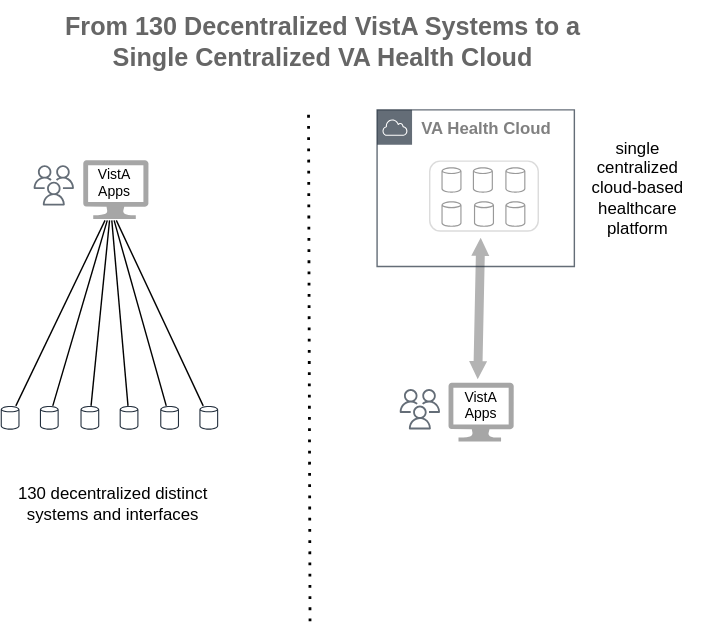
Earlier version of the draw.io export img/vista-to-vaec.svg (cloudvista/vaa). Source tidied: cells renumbered, new cells last; positions are measured from the earlier drawing's top-left corner, leaving out a move shared by most shapes.
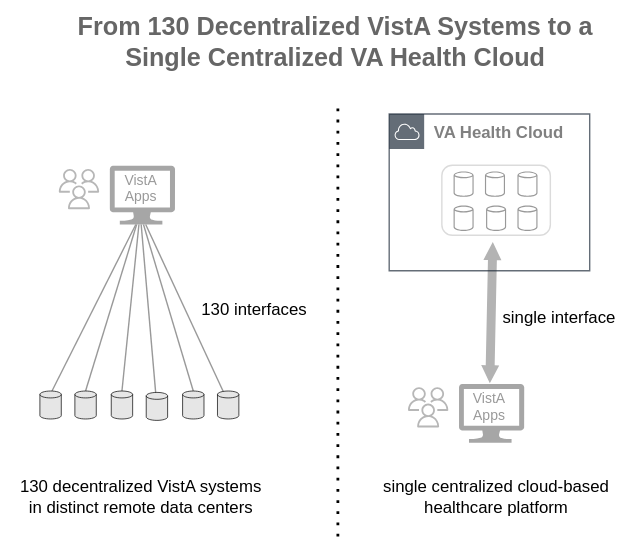
After the commit.

What changed in the source:
```diff
@@ -3,115 +3,123 @@
     <mxCell id="0" />
     <mxCell id="1" parent="0" />
     <mxCell id="2" style="rounded=1;whiteSpace=wrap;html=1;strokeColor=#CCCCCC;strokeWidth=1;fillColor=#FFFFFF;opacity=70;" parent="1" vertex="1">
-      <mxGeometry x="306.6" y="114.6" width="77.6" height="50" as="geometry" />
+      <mxGeometry x="294.3" y="114.6" width="77.6" height="50" as="geometry" />
     </mxCell>
     <mxCell id="3" style="sketch=0;shadow=0;dashed=0;html=1;strokeColor=none;labelPosition=center;verticalLabelPosition=bottom;verticalAlign=top;align=center;fillColor=#808080;shape=mxgraph.azure.computer;strokeWidth=2;opacity=70;" parent="1" vertex="1">
-      <mxGeometry x="58.9" y="114" width="46.7" height="42" as="geometry" />
+      <mxGeometry x="56.9" y="115" width="46.7" height="42" as="geometry" />
     </mxCell>
-    <mxCell id="4" style="sketch=0;fontColor=#232F3E;gradientColor=none;strokeColor=#232F3E;fillColor=#ffffff;dashed=0;verticalLabelPosition=bottom;verticalAlign=top;align=center;html=1;fontSize=12;fontStyle=0;shape=mxgraph.aws4.resourceIcon;resIcon=mxgraph.aws4.users;strokeWidth=2;opacity=70;" parent="1" vertex="1">
-      <mxGeometry x="19.9" y="114" width="36" height="36" as="geometry" />
+    <mxCell id="4" style="sketch=0;fontColor=#232F3E;gradientColor=none;strokeColor=#999999;fillColor=#ffffff;dashed=0;verticalLabelPosition=bottom;verticalAlign=top;align=center;html=1;fontSize=12;fontStyle=0;shape=mxgraph.aws4.resourceIcon;resIcon=mxgraph.aws4.users;strokeWidth=2;opacity=70;" parent="1" vertex="1">
+      <mxGeometry x="16.9" y="113.6" width="36" height="36" as="geometry" />
     </mxCell>
-    <mxCell id="5" style="sketch=0;fontColor=#232F3E;gradientColor=none;strokeColor=#232F3E;fillColor=#ffffff;dashed=0;verticalLabelPosition=bottom;verticalAlign=top;align=center;html=1;fontSize=12;fontStyle=0;shape=mxgraph.aws4.resourceIcon;resIcon=mxgraph.aws4.users;strokeWidth=2;opacity=70;" parent="1" vertex="1">
-      <mxGeometry x="281.6" y="274" width="36" height="36" as="geometry" />
-    </mxCell>
     <mxCell id="6" style="sketch=0;fontColor=#999999;gradientColor=none;fillColor=#999999;strokeColor=none;dashed=0;verticalLabelPosition=bottom;verticalAlign=top;align=center;html=1;fontSize=12;fontStyle=0;shape=mxgraph.aws4.generic_database;" parent="1" vertex="1">
-      <mxGeometry x="315" y="118.6" width="14.3" height="19" as="geometry" />
+      <mxGeometry x="302.7" y="118.6" width="14.3" height="19" as="geometry" />
     </mxCell>
     <mxCell id="7" style="sketch=0;fontColor=#999999;gradientColor=none;fillColor=#999999;strokeColor=none;dashed=0;verticalLabelPosition=bottom;verticalAlign=top;align=center;html=1;fontSize=12;fontStyle=0;shape=mxgraph.aws4.generic_database;" parent="1" vertex="1">
-      <mxGeometry x="337.4" y="118.6" width="14.3" height="19" as="geometry" />
+      <mxGeometry x="325.1" y="118.6" width="14.3" height="19" as="geometry" />
     </mxCell>
     <mxCell id="8" style="sketch=0;fontColor=#999999;gradientColor=none;fillColor=#999999;strokeColor=none;dashed=0;verticalLabelPosition=bottom;verticalAlign=top;align=center;html=1;fontSize=12;fontStyle=0;shape=mxgraph.aws4.generic_database;" parent="1" vertex="1">
-      <mxGeometry x="360.7" y="118.6" width="14.3" height="19" as="geometry" />
+      <mxGeometry x="348.3" y="118.6" width="14.3" height="19" as="geometry" />
     </mxCell>
     <mxCell id="9" style="sketch=0;fontColor=#999999;gradientColor=none;fillColor=#999999;strokeColor=none;dashed=0;verticalLabelPosition=bottom;verticalAlign=top;align=center;html=1;fontSize=12;fontStyle=0;shape=mxgraph.aws4.generic_database;" parent="1" vertex="1">
-      <mxGeometry x="315" y="143" width="14.3" height="19" as="geometry" />
+      <mxGeometry x="302.7" y="143" width="14.3" height="19" as="geometry" />
     </mxCell>
     <mxCell id="10" style="sketch=0;fontColor=#999999;gradientColor=none;fillColor=#999999;strokeColor=none;dashed=0;verticalLabelPosition=bottom;verticalAlign=top;align=center;html=1;fontSize=12;fontStyle=0;shape=mxgraph.aws4.generic_database;" parent="1" vertex="1">
-      <mxGeometry x="338.2" y="143" width="14.3" height="19" as="geometry" />
+      <mxGeometry x="325.9" y="143" width="14.3" height="19" as="geometry" />
     </mxCell>
     <mxCell id="11" style="sketch=0;fontColor=#999999;gradientColor=none;fillColor=#999999;strokeColor=none;dashed=0;verticalLabelPosition=bottom;verticalAlign=top;align=center;html=1;fontSize=12;fontStyle=0;shape=mxgraph.aws4.generic_database;" parent="1" vertex="1">
-      <mxGeometry x="360.7" y="143" width="14.3" height="19" as="geometry" />
+      <mxGeometry x="348.3" y="143" width="14.3" height="19" as="geometry" />
     </mxCell>
     <mxCell id="12" style="shape=flexArrow;endArrow=classic;startArrow=classic;html=1;endWidth=5.507246376811594;endSize=3.968115942028985;startWidth=5.507246376811594;startSize=3.968115942028985;width=6.3768115942028984;fillColor=#B3B3B3;strokeColor=none;" parent="1" edge="1">
       <mxGeometry relative="1" as="geometry">
-        <mxPoint x="340.9" y="271" as="sourcePoint" />
-        <mxPoint x="343.1" y="169" as="targetPoint" />
+        <mxPoint x="328.6" y="271" as="sourcePoint" />
+        <mxPoint x="330.7" y="169" as="targetPoint" />
       </mxGeometry>
     </mxCell>
     <mxCell id="13" style="endArrow=none;dashed=1;html=1;dashPattern=1 3;strokeWidth=2;" parent="1" edge="1">
       <mxGeometry relative="1" as="geometry">
-        <mxPoint x="221.1" y="443.6" as="sourcePoint" />
-        <mxPoint x="220" y="80" as="targetPoint" />
+        <mxPoint x="220" y="380" as="sourcePoint" />
+        <mxPoint x="220" y="70" as="targetPoint" />
       </mxGeometry>
     </mxCell>
     <mxCell id="14" value="&lt;font color=&quot;#808080&quot;&gt;&lt;b&gt;VA Health Cloud&lt;/b&gt;&lt;/font&gt;" style="gradientColor=none;html=1;whiteSpace=wrap;fontSize=12;fontStyle=0;shape=mxgraph.aws4.group;grIcon=mxgraph.aws4.group_aws_cloud;strokeColor=#232F3E;fillColor=none;verticalAlign=top;align=left;spacingLeft=30;fontColor=#232F3E;dashed=0;strokeWidth=1;opacity=70;" parent="1" vertex="1">
-      <mxGeometry x="269" y="78" width="141" height="112" as="geometry" />
+      <mxGeometry x="256.7" y="78" width="143.3" height="112" as="geometry" />
     </mxCell>
-    <mxCell id="15" value="130 decentralized distinct&lt;br&gt;systems and interfaces" style="text;html=1;align=center;verticalAlign=middle;strokeColor=none;fillColor=none;" parent="1" vertex="1">
-      <mxGeometry y="340" width="160" height="40" as="geometry" />
+    <mxCell id="15" value="130 decentralized VistA systems&lt;br&gt;in&amp;nbsp;distinct remote data centers" style="text;html=1;align=center;verticalAlign=middle;strokeColor=none;fillColor=none;" parent="1" vertex="1">
+      <mxGeometry x="-21.4" y="332" width="200" height="40" as="geometry" />
     </mxCell>
     <mxCell id="16" value="&lt;font color=&quot;#666666&quot; size=&quot;1&quot; style=&quot;&quot;&gt;&lt;b style=&quot;font-size: 18px;&quot;&gt;From 130 Decentralized VistA Systems to a &lt;br&gt;Single Centralized VA Health Cloud&lt;/b&gt;&lt;/font&gt;" style="text;html=1;align=center;verticalAlign=middle;strokeColor=none;fillColor=none;" parent="1" vertex="1">
-      <mxGeometry x="35" width="390" height="60" as="geometry" />
+      <mxGeometry x="23.3" y="-3" width="390" height="60" as="geometry" />
     </mxCell>
-    <mxCell id="17" value="single &lt;br&gt;centralized&lt;br&gt;cloud-based&lt;br&gt;healthcare&lt;br&gt;platform" style="text;html=1;align=center;verticalAlign=middle;strokeColor=none;fillColor=none;" parent="1" vertex="1">
-      <mxGeometry x="410" y="89" width="90" height="90" as="geometry" />
+    <mxCell id="17" value="single centralized cloud-based &lt;br&gt;healthcare platform" style="text;html=1;align=center;verticalAlign=middle;strokeColor=none;fillColor=none;" parent="1" vertex="1">
+      <mxGeometry x="243.1" y="332" width="180" height="40" as="geometry" />
     </mxCell>
-    <mxCell id="18" value="VistA&lt;br style=&quot;font-size: 10px;&quot;&gt;Apps" style="text;html=1;align=center;verticalAlign=middle;strokeColor=none;fillColor=none;fontSize=10;" parent="1" vertex="1">
-      <mxGeometry x="317.7" y="269" width="50" height="40" as="geometry" />
-    </mxCell>
-    <mxCell id="19" value="VistA&lt;br style=&quot;font-size: 10px;&quot;&gt;Apps" style="text;html=1;align=center;verticalAlign=middle;strokeColor=none;fillColor=none;fontSize=10;" parent="1" vertex="1">
-      <mxGeometry x="55.6" y="110" width="50" height="40" as="geometry" />
+    <mxCell id="19" value="&lt;font color=&quot;#999999&quot;&gt;VistA&lt;br style=&quot;font-size: 10px;&quot;&gt;Apps&lt;/font&gt;" style="text;html=1;align=center;verticalAlign=middle;strokeColor=none;fillColor=none;fontSize=10;" parent="1" vertex="1">
+      <mxGeometry x="53.6" y="111" width="50" height="40" as="geometry" />
     </mxCell>
-    <mxCell id="20" style="sketch=0;shadow=0;dashed=0;html=1;strokeColor=none;labelPosition=center;verticalLabelPosition=bottom;verticalAlign=top;align=center;fillColor=#808080;shape=mxgraph.azure.computer;strokeWidth=2;opacity=70;" parent="1" vertex="1">
-      <mxGeometry x="320" y="273" width="46.7" height="42" as="geometry" />
-    </mxCell>
-    <mxCell id="21" style="sketch=0;outlineConnect=0;fontColor=#232F3E;gradientColor=none;fillColor=#232F3D;strokeColor=none;dashed=0;verticalLabelPosition=bottom;verticalAlign=top;align=center;html=1;fontSize=12;fontStyle=0;shape=mxgraph.aws4.generic_database;" parent="1" vertex="1">
-      <mxGeometry y="289.2" width="13.4" height="17.8" as="geometry" />
-    </mxCell>
-    <mxCell id="22" style="sketch=0;outlineConnect=0;fontColor=#232F3E;gradientColor=none;fillColor=#232F3D;strokeColor=none;dashed=0;verticalLabelPosition=bottom;verticalAlign=top;align=center;html=1;fontSize=12;fontStyle=0;shape=mxgraph.aws4.generic_database;" parent="1" vertex="1">
-      <mxGeometry x="28" y="289.2" width="13.4" height="17.8" as="geometry" />
-    </mxCell>
-    <mxCell id="23" style="sketch=0;outlineConnect=0;fontColor=#232F3E;gradientColor=none;fillColor=#232F3D;strokeColor=none;dashed=0;verticalLabelPosition=bottom;verticalAlign=top;align=center;html=1;fontSize=12;fontStyle=0;shape=mxgraph.aws4.generic_database;" parent="1" vertex="1">
-      <mxGeometry x="57" y="289.2" width="13.4" height="17.8" as="geometry" />
-    </mxCell>
-    <mxCell id="24" style="sketch=0;outlineConnect=0;fontColor=#232F3E;gradientColor=none;fillColor=#232F3D;strokeColor=none;dashed=0;verticalLabelPosition=bottom;verticalAlign=top;align=center;html=1;fontSize=12;fontStyle=0;shape=mxgraph.aws4.generic_database;" parent="1" vertex="1">
-      <mxGeometry x="85" y="289.2" width="13.4" height="17.8" as="geometry" />
-    </mxCell>
-    <mxCell id="25" style="sketch=0;outlineConnect=0;fontColor=#232F3E;gradientColor=none;fillColor=#232F3D;strokeColor=none;dashed=0;verticalLabelPosition=bottom;verticalAlign=top;align=center;html=1;fontSize=12;fontStyle=0;shape=mxgraph.aws4.generic_database;" parent="1" vertex="1">
-      <mxGeometry x="114" y="289.2" width="13.4" height="17.8" as="geometry" />
-    </mxCell>
-    <mxCell id="26" style="sketch=0;outlineConnect=0;fontColor=#232F3E;gradientColor=none;fillColor=#232F3D;strokeColor=none;dashed=0;verticalLabelPosition=bottom;verticalAlign=top;align=center;html=1;fontSize=12;fontStyle=0;shape=mxgraph.aws4.generic_database;" parent="1" vertex="1">
-      <mxGeometry x="142" y="289.2" width="13.4" height="17.8" as="geometry" />
-    </mxCell>
-    <mxCell id="27" style="endArrow=none;html=1;" parent="1" edge="1" source="21">
+    <mxCell id="27" style="endArrow=none;html=1;exitX=0.5;exitY=0;exitDx=0;exitDy=0;exitPerimeter=0;strokeColor=#999999;" parent="1" edge="1">
       <mxGeometry relative="1" as="geometry">
-        <mxPoint x="74.6" y="157" as="targetPoint" />
+        <mxPoint x="15.6" y="276" as="sourcePoint" />
+        <mxPoint x="75.6" y="157" as="targetPoint" />
       </mxGeometry>
     </mxCell>
-    <mxCell id="28" style="endArrow=none;html=1;" parent="1" edge="1" source="22">
+    <mxCell id="28" style="endArrow=none;html=1;exitX=0.5;exitY=0;exitDx=0;exitDy=0;exitPerimeter=0;strokeColor=#999999;" parent="1" edge="1" source="33">
       <mxGeometry relative="1" as="geometry">
         <mxPoint x="76.1" y="157" as="targetPoint" />
       </mxGeometry>
     </mxCell>
-    <mxCell id="29" style="endArrow=none;html=1;" parent="1" edge="1" source="23">
+    <mxCell id="29" style="endArrow=none;html=1;exitX=0.5;exitY=0;exitDx=0;exitDy=0;exitPerimeter=0;strokeColor=#999999;" parent="1" edge="1" source="34">
       <mxGeometry relative="1" as="geometry">
         <mxPoint x="77.8" y="157" as="targetPoint" />
       </mxGeometry>
     </mxCell>
-    <mxCell id="30" style="endArrow=none;html=1;" parent="1" edge="1" source="24">
+    <mxCell id="30" style="endArrow=none;html=1;strokeColor=#999999;" parent="1" edge="1">
       <mxGeometry relative="1" as="geometry">
+        <mxPoint x="90" y="280" as="sourcePoint" />
         <mxPoint x="79.4" y="157" as="targetPoint" />
       </mxGeometry>
     </mxCell>
-    <mxCell id="31" style="endArrow=none;html=1;" parent="1" edge="1" source="25">
+    <mxCell id="31" style="endArrow=none;html=1;exitX=0.5;exitY=0;exitDx=0;exitDy=0;exitPerimeter=0;strokeColor=#999999;" parent="1" edge="1" source="35">
       <mxGeometry relative="1" as="geometry">
         <mxPoint x="81" y="157" as="targetPoint" />
       </mxGeometry>
     </mxCell>
-    <mxCell id="32" style="endArrow=none;html=1;" parent="1" edge="1" source="26">
+    <mxCell id="32" style="endArrow=none;html=1;exitX=0.345;exitY=0.142;exitDx=0;exitDy=0;exitPerimeter=0;strokeColor=#999999;" parent="1" edge="1" source="36">
       <mxGeometry relative="1" as="geometry">
         <mxPoint x="82.6" y="157" as="targetPoint" />
       </mxGeometry>
     </mxCell>
+    <mxCell id="33" style="shape=cylinder3;whiteSpace=wrap;html=1;boundedLbl=1;backgroundOutline=1;size=2.4705882352940876;strokeColor=#000000;strokeWidth=0.5;fillColor=#E6E6E6;gradientColor=none;" parent="1" vertex="1">
+      <mxGeometry x="32" y="276" width="15.3" height="20" as="geometry" />
+    </mxCell>
+    <mxCell id="34" style="shape=cylinder3;whiteSpace=wrap;html=1;boundedLbl=1;backgroundOutline=1;size=2.4705882352940876;strokeColor=#000000;strokeWidth=0.5;fillColor=#E6E6E6;gradientColor=none;" parent="1" vertex="1">
+      <mxGeometry x="58" y="276" width="15.3" height="20" as="geometry" />
+    </mxCell>
+    <mxCell id="35" style="shape=cylinder3;whiteSpace=wrap;html=1;boundedLbl=1;backgroundOutline=1;size=2.4705882352940876;strokeColor=#000000;strokeWidth=0.5;fillColor=#E6E6E6;gradientColor=none;" parent="1" vertex="1">
+      <mxGeometry x="109" y="276" width="15.3" height="20" as="geometry" />
+    </mxCell>
+    <mxCell id="36" style="shape=cylinder3;whiteSpace=wrap;html=1;boundedLbl=1;backgroundOutline=1;size=2.4705882352940876;strokeColor=#000000;strokeWidth=0.5;fillColor=#E6E6E6;gradientColor=none;" parent="1" vertex="1">
+      <mxGeometry x="133.9" y="276" width="15.3" height="20" as="geometry" />
+    </mxCell>
+    <mxCell id="37" style="shape=cylinder3;whiteSpace=wrap;html=1;boundedLbl=1;backgroundOutline=1;size=2.4705882352940876;strokeColor=#000000;strokeWidth=0.5;fillColor=#E6E6E6;gradientColor=none;" parent="1" vertex="1">
+      <mxGeometry x="7" y="276" width="15.3" height="20" as="geometry" />
+    </mxCell>
+    <mxCell id="38" style="shape=cylinder3;whiteSpace=wrap;html=1;boundedLbl=1;backgroundOutline=1;size=2.4705882352940876;strokeColor=#000000;strokeWidth=0.5;fillColor=#E6E6E6;gradientColor=none;" parent="1" vertex="1">
+      <mxGeometry x="83" y="277" width="15.3" height="20" as="geometry" />
+    </mxCell>
+    <mxCell id="39" style="sketch=0;shadow=0;dashed=0;html=1;strokeColor=none;labelPosition=center;verticalLabelPosition=bottom;verticalAlign=top;align=center;fillColor=#808080;shape=mxgraph.azure.computer;strokeWidth=2;opacity=70;" parent="1" vertex="1">
+      <mxGeometry x="306.5" y="271" width="46.7" height="42" as="geometry" />
+    </mxCell>
+    <mxCell id="40" style="sketch=0;fontColor=#232F3E;gradientColor=none;strokeColor=#999999;fillColor=#ffffff;dashed=0;verticalLabelPosition=bottom;verticalAlign=top;align=center;html=1;fontSize=12;fontStyle=0;shape=mxgraph.aws4.resourceIcon;resIcon=mxgraph.aws4.users;strokeWidth=2;opacity=70;" parent="1" vertex="1">
+      <mxGeometry x="266.5" y="269.6" width="36" height="36" as="geometry" />
+    </mxCell>
+    <mxCell id="18" value="&lt;font color=&quot;#999999&quot;&gt;VistA&lt;br style=&quot;font-size: 10px;&quot;&gt;Apps&lt;/font&gt;" style="text;html=1;align=center;verticalAlign=middle;strokeColor=none;fillColor=none;fontSize=10;" parent="1" vertex="1">
+      <mxGeometry x="303.2" y="267" width="50" height="40" as="geometry" />
+    </mxCell>
+    <mxCell id="41" value="130 interfaces" style="text;html=1;align=center;verticalAlign=middle;strokeColor=none;fillColor=none;" parent="1" vertex="1">
+      <mxGeometry x="110" y="203" width="100" height="30" as="geometry" />
+    </mxCell>
+    <mxCell id="42" value="single interface" style="text;html=1;align=center;verticalAlign=middle;strokeColor=none;fillColor=none;" parent="1" vertex="1">
+      <mxGeometry x="327.7" y="209" width="100" height="30" as="geometry" />
+    </mxCell>
   </root>
 </mxGraphModel>
```
